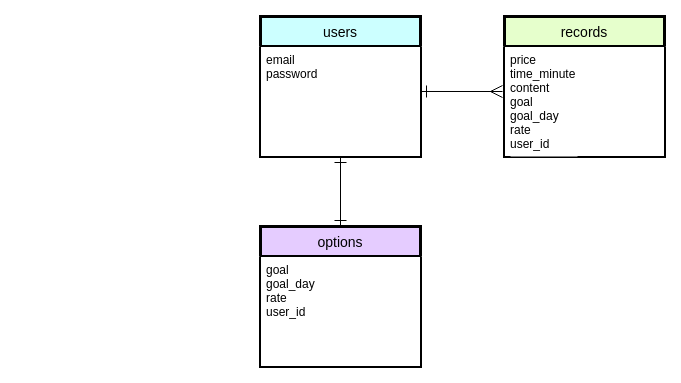
Above: stockpile.dio in umaumau/stockpile (draw.io), before the change. Source tidied: cells renumbered, new cells numbered last; positions are measured from the earlier drawing's top-left corner, leaving out a move shared by most shapes. Both pictures are drawn from the tidied source at 100%, with x=0, y=0 at pixel (260, 16).
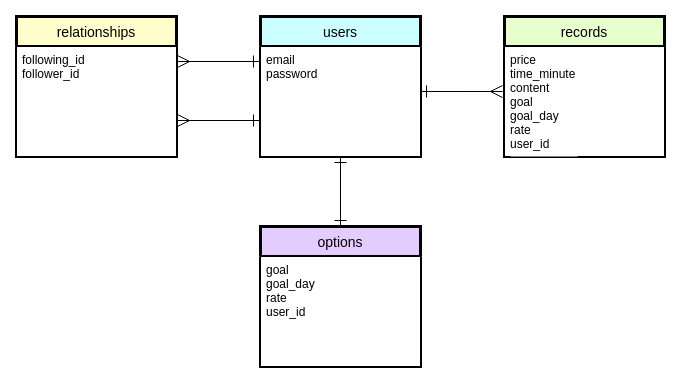
The same diagram, later.

Change to the diagram source:
```diff
@@
 <mxGraphModel background="#ffffff">
   <root>
     <mxCell id="0" />
     <mxCell id="1" parent="0" />
     <mxCell id="2" value="users" style="swimlane;horizontal=1;startSize=30;rounded=0;fontSize=14;fontStyle=0;strokeWidth=3;shadow=0;dashed=0;align=center;strokeColor=#000000;fontColor=#000000;labelBackgroundColor=none;fillColor=#CCFFFF;" parent="1" vertex="1">
       <mxGeometry width="160" height="140" as="geometry" />
     </mxCell>
     <mxCell id="3" value="email&#10;password" style="align=left;spacingLeft=4;fontSize=12;verticalAlign=top;rounded=0;strokeColor=#000000;fontColor=#000000;labelBackgroundColor=#FFFFFF;fillColor=#FFFFFF;" parent="2" vertex="1">
       <mxGeometry y="30" width="160" height="110" as="geometry" />
     </mxCell>
     <mxCell id="4" value="options" style="swimlane;horizontal=1;startSize=30;rounded=0;fontSize=14;fontStyle=0;strokeWidth=3;shadow=0;dashed=0;align=center;strokeColor=#000000;fontColor=#000000;labelBackgroundColor=none;fillColor=#E5CCFF;" parent="1" vertex="1">
       <mxGeometry y="210" width="160" height="140" as="geometry" />
     </mxCell>
     <mxCell id="5" value="goal&#10;goal_day&#10;rate&#10;user_id" style="align=left;spacingLeft=4;fontSize=12;verticalAlign=top;rounded=0;strokeColor=#000000;fontColor=#000000;labelBackgroundColor=#FFFFFF;fillColor=#FFFFFF;" parent="4" vertex="1">
       <mxGeometry y="30" width="160" height="110" as="geometry" />
     </mxCell>
     <mxCell id="6" value="records" style="swimlane;horizontal=1;startSize=30;rounded=0;fontSize=14;fontStyle=0;strokeWidth=3;shadow=0;dashed=0;align=center;strokeColor=#000000;fontColor=#000000;labelBackgroundColor=none;fillColor=#E6FFCC;" parent="1" vertex="1">
       <mxGeometry x="244" width="160" height="140" as="geometry" />
     </mxCell>
     <mxCell id="7" value="price&#10;time_minute&#10;content&#10;goal&#10;goal_day&#10;rate&#10;user_id" style="align=left;spacingLeft=4;fontSize=12;verticalAlign=top;rounded=0;strokeColor=#000000;fontColor=#000000;labelBackgroundColor=#FFFFFF;fillColor=#FFFFFF;" parent="6" vertex="1">
       <mxGeometry y="30" width="160" height="110" as="geometry" />
     </mxCell>
     <mxCell id="8" style="edgeStyle=none;jumpSize=10;html=1;exitX=0.5;exitY=1;exitDx=0;exitDy=0;entryX=0.5;entryY=0;entryDx=0;entryDy=0;startArrow=ERone;startFill=0;startSize=10;endSize=10;sourcePerimeterSpacing=0;targetPerimeterSpacing=0;endArrow=ERone;endFill=0;strokeColor=#000000;fontColor=#000000;labelBackgroundColor=#FFFFFF;fillColor=#FFFFFF;" parent="1" edge="1" source="3" target="4">
       <mxGeometry relative="1" as="geometry" />
     </mxCell>
     <mxCell id="9" style="edgeStyle=none;jumpSize=10;html=1;exitX=1;exitY=0.409;exitDx=0;exitDy=0;startArrow=ERone;startFill=0;endArrow=ERmany;endFill=0;startSize=10;endSize=10;sourcePerimeterSpacing=0;targetPerimeterSpacing=0;exitPerimeter=0;strokeColor=#000000;fontColor=#000000;labelBackgroundColor=#FFFFFF;fillColor=#FFFFFF;" parent="1" edge="1" source="3">
       <mxGeometry relative="1" as="geometry">
         <mxPoint x="242" y="75" as="targetPoint" />
       </mxGeometry>
     </mxCell>
+    <mxCell id="10" value="relationships" style="swimlane;horizontal=1;startSize=30;rounded=0;fontSize=14;fontStyle=0;strokeWidth=3;shadow=0;dashed=0;align=center;strokeColor=#000000;fontColor=#000000;labelBackgroundColor=none;fillColor=#FFFFCC;" parent="1" vertex="1">
+      <mxGeometry x="-244" width="160" height="140" as="geometry" />
+    </mxCell>
+    <mxCell id="11" value="following_id&#10;follower_id" style="align=left;spacingLeft=4;fontSize=12;verticalAlign=top;rounded=0;strokeColor=#000000;fontColor=#000000;labelBackgroundColor=#FFFFFF;fillColor=#FFFFFF;" parent="10" vertex="1">
+      <mxGeometry y="30" width="160" height="110" as="geometry" />
+    </mxCell>
+    <mxCell id="12" style="edgeStyle=none;jumpSize=10;html=1;exitX=1;exitY=0.409;exitDx=0;exitDy=0;startArrow=ERmany;startFill=0;endArrow=ERone;endFill=0;startSize=10;endSize=10;sourcePerimeterSpacing=0;targetPerimeterSpacing=0;exitPerimeter=0;strokeColor=#000000;fontColor=#000000;labelBackgroundColor=#FFFFFF;fillColor=#FFFFFF;" parent="1" edge="1">
+      <mxGeometry relative="1" as="geometry">
+        <mxPoint x="-83" y="45" as="sourcePoint" />
+        <mxPoint x="-1" y="45" as="targetPoint" />
+      </mxGeometry>
+    </mxCell>
+    <mxCell id="13" style="edgeStyle=none;jumpSize=10;html=1;exitX=1;exitY=0.409;exitDx=0;exitDy=0;startArrow=ERmany;startFill=0;endArrow=ERone;endFill=0;startSize=10;endSize=10;sourcePerimeterSpacing=0;targetPerimeterSpacing=0;exitPerimeter=0;strokeColor=#000000;fontColor=#000000;labelBackgroundColor=#FFFFFF;fillColor=#FFFFFF;" parent="1" edge="1">
+      <mxGeometry relative="1" as="geometry">
+        <mxPoint x="-83" y="104" as="sourcePoint" />
+        <mxPoint x="-1" y="104" as="targetPoint" />
+      </mxGeometry>
+    </mxCell>
   </root>
 </mxGraphModel>
```
